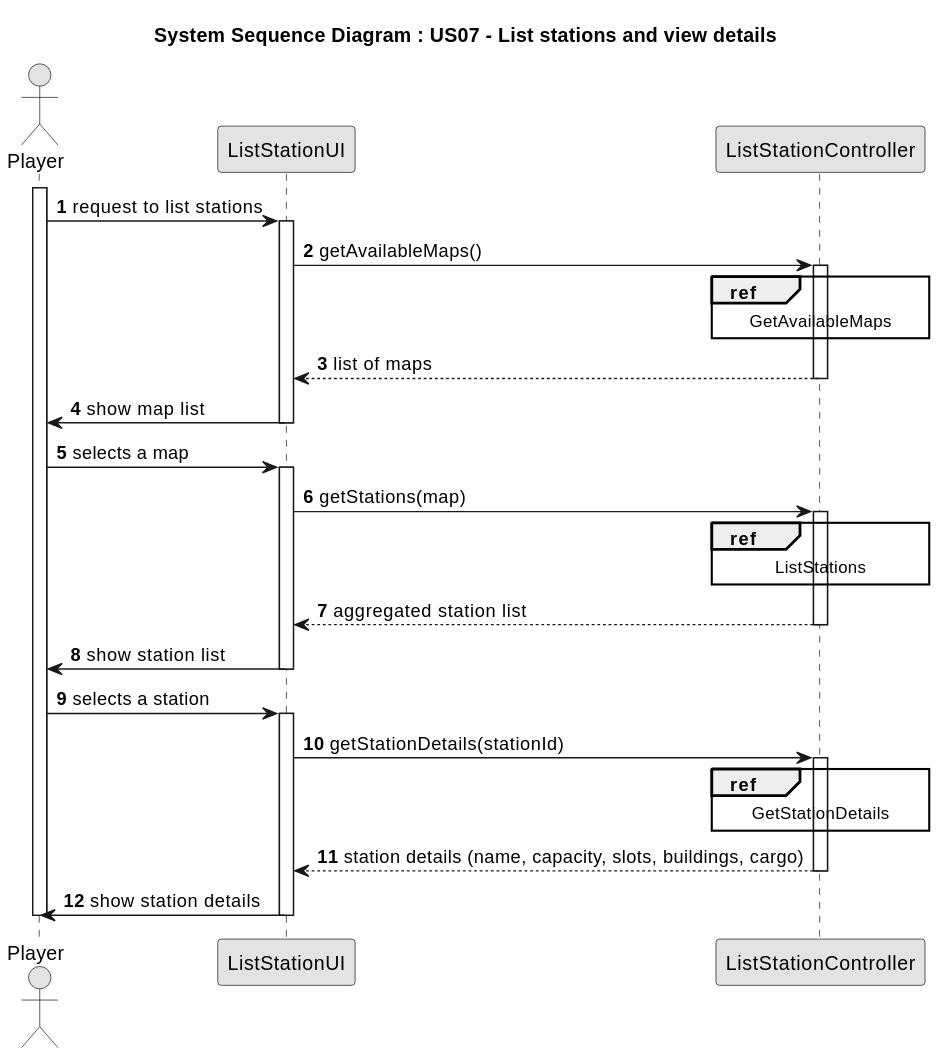
HenriqueSilva18/Railway-Network-Simulator keeps this PlantUML diagram as docs/system-documentation/Sprint 2/US07/03.design/svg/US07-SD-split.svg. Above is the earlier version.
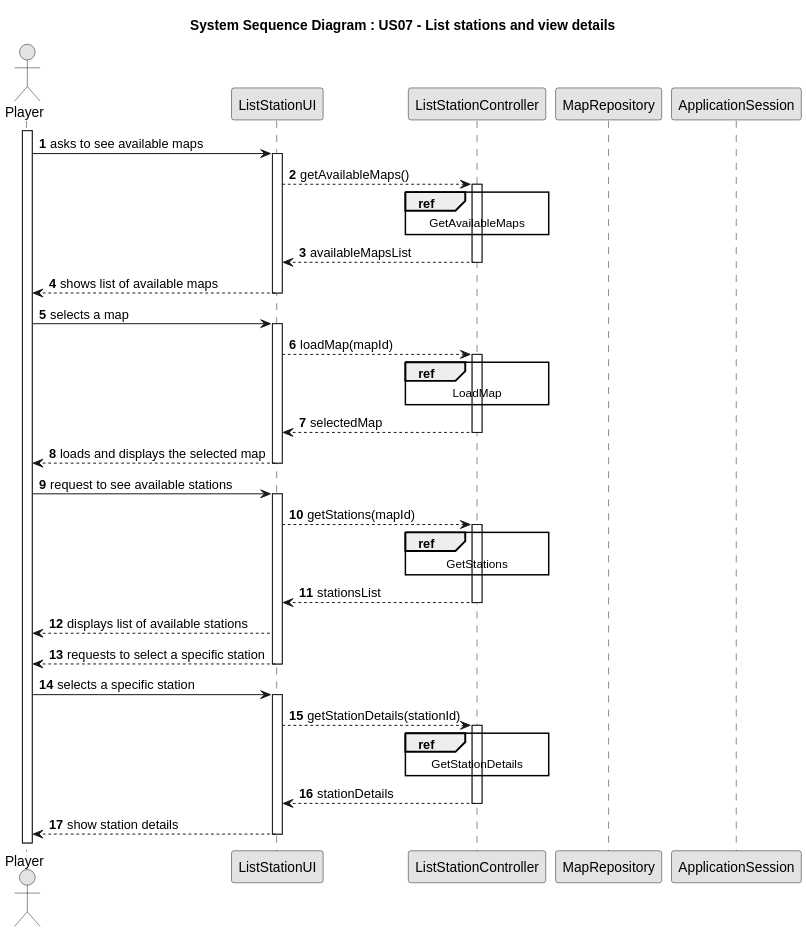
The same file after the commit.

The edit, as a diff of the source:
```diff
@@ -9,46 +9,66 @@
 actor "Player" as Player
 participant ListStationUI
 participant ListStationController
+participant MapRepository
+participant ApplicationSession
 
 activate Player
-Player -> ListStationUI : request to list stations
-activate ListStationUI
+Player -> ListStationUI : asks to see available maps
+        activate ListStationUI
+        ListStationUI --> ListStationController : getAvailableMaps()
+        activate ListStationController
 
-ListStationUI -> ListStationController : getAvailableMaps()
-activate ListStationController
-ref over ListStationController
-    GetAvailableMaps
-end
-ListStationController --> ListStationUI : list of maps
-deactivate ListStationController
+        ref over ListStationController
+        GetAvailableMaps
+        end
+        ListStationController --> ListStationUI : availableMapsList
+        deactivate ListStationController
 
-ListStationUI -> Player : show map list
-deactivate ListStationUI
+        ListStationUI --> Player: shows list of available maps
+        deactivate ListStationUI
 
-Player -> ListStationUI : selects a map
-activate ListStationUI
-ListStationUI -> ListStationController : getStations(map)
-activate ListStationController
-ref over ListStationController
-    ListStations
-end
-ListStationController --> ListStationUI : aggregated station list
-deactivate ListStationController
+        Player -> ListStationUI: selects a map
+        activate ListStationUI
+        ListStationUI --> ListStationController: loadMap(mapId)
+        activate ListStationController
 
-ListStationUI -> Player : show station list
-deactivate ListStationUI
+        ref over ListStationController
+        LoadMap
+        end
 
-Player -> ListStationUI : selects a station
-activate ListStationUI
-ListStationUI -> ListStationController : getStationDetails(stationId)
-activate ListStationController
-ref over ListStationController
-    GetStationDetails
-end
-ListStationController --> ListStationUI : station details (name, capacity, slots, buildings, cargo)
-deactivate ListStationController
+        ListStationController --> ListStationUI: selectedMap
+        deactivate ListStationController
+        ListStationUI --> Player: loads and displays the selected map
+        deactivate ListStationUI
 
-ListStationUI -> Player : show station details
-deactivate ListStationUI
-deactivate Player
+Player -> ListStationUI : request to see available stations
+        activate ListStationUI
+        ListStationUI --> ListStationController: getStations(mapId)
+        activate ListStationController
+
+        ref over ListStationController
+        GetStations
+        end
+
+        ListStationController --> ListStationUI: stationsList
+        deactivate ListStationController
+
+        ListStationUI --> Player : displays list of available stations
+        ListStationUI --> Player : requests to select a specific station
+        deactivate ListStationUI
+
+Player -> ListStationUI : selects a specific station
+        activate ListStationUI
+        ListStationUI --> ListStationController: getStationDetails(stationId)
+        activate ListStationController
+
+        ref over ListStationController
+        GetStationDetails
+        end
+
+        ListStationController --> ListStationUI: stationDetails
+        deactivate ListStationController
+
+        ListStationUI --> Player : show station details
+        deactivate ListStationUI
 @enduml
```
